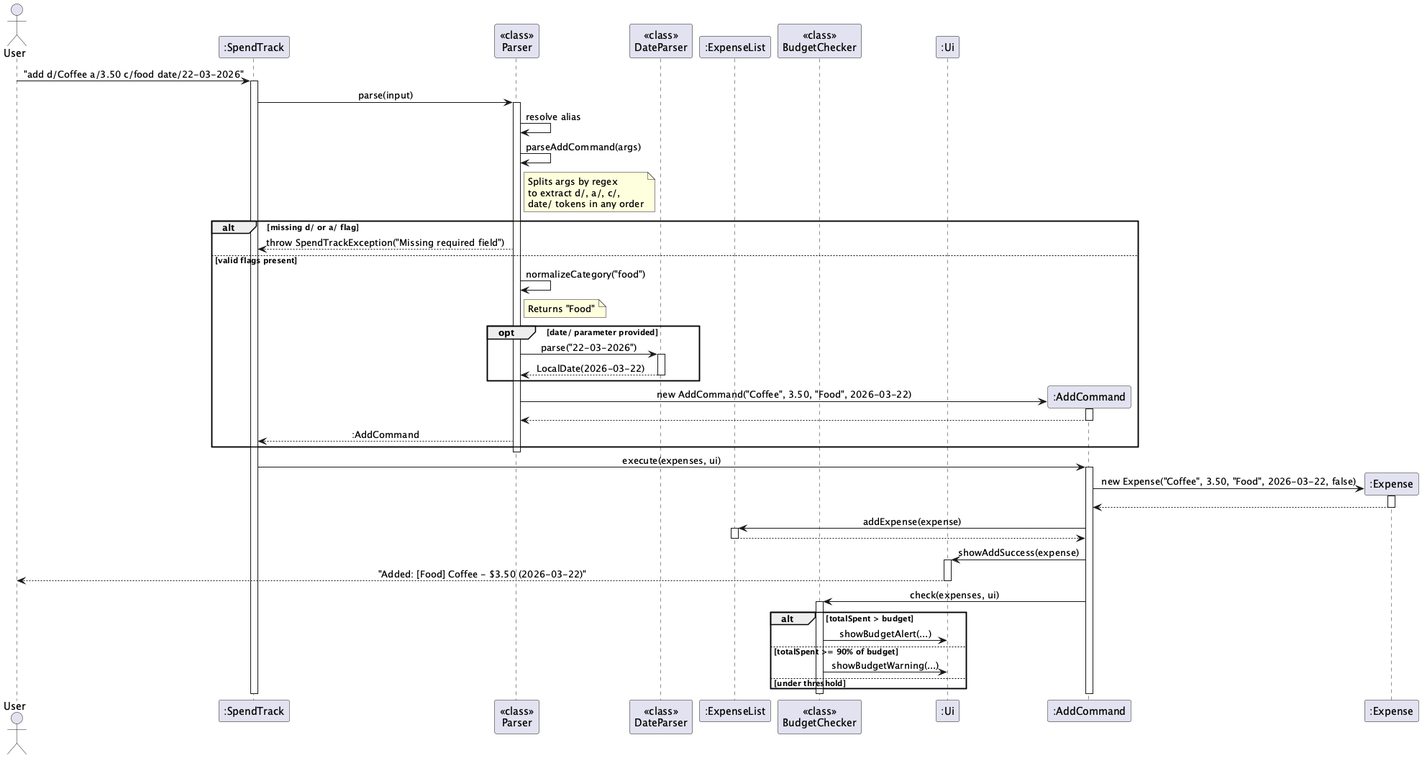
This is docs/images/AddCommandSequence.png from AbhijitBalajee/tp, a PlantUML export, as it was before one commit.
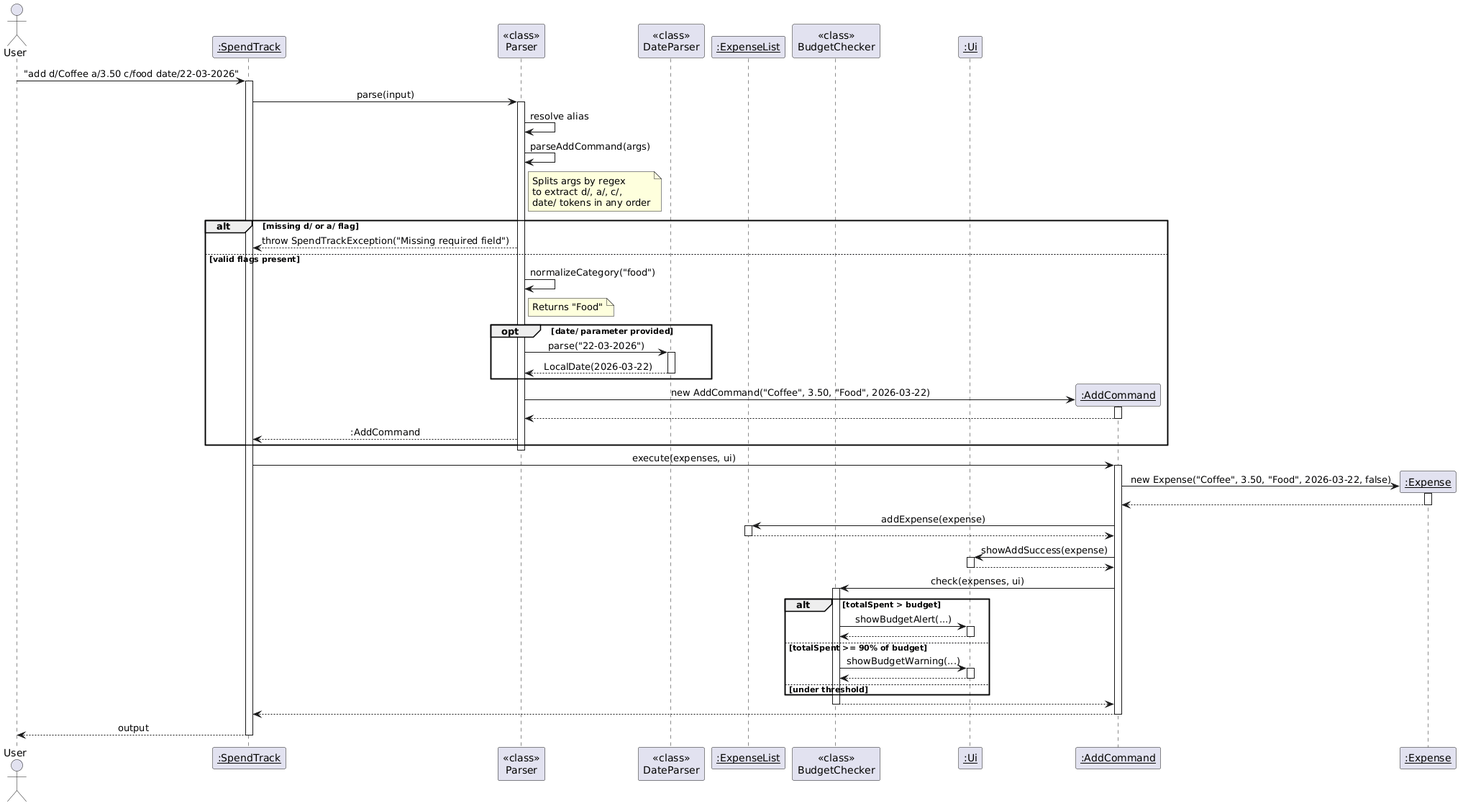
After the commit.

The edit, as a diff of the source:
```diff
@@ -4,12 +4,12 @@
 skinparam sequenceMessageAlign center
 
 actor User
-participant ":SpendTrack" as ST
+participant "<u>:SpendTrack</u>" as ST
 participant "<<class>>\nParser" as P
 participant "<<class>>\nDateParser" as DP
-participant ":ExpenseList" as EL
+participant "<u>:ExpenseList</u>" as EL
 participant "<<class>>\nBudgetChecker" as BC
-participant ":Ui" as UI
+participant "<u>:Ui</u>" as UI
 
 User -> ST : "add d/Coffee a/3.50 c/food date/22-03-2026"
 activate ST
@@ -37,7 +37,7 @@
         deactivate DP
     end
 
-    create ":AddCommand" as AC
+    create "<u>:AddCommand</u>" as AC
     P -> AC : new AddCommand("Coffee", 3.50, "Food", 2026-03-22)
     activate AC
     AC --> P
@@ -48,7 +48,7 @@
 
 ST -> AC : execute(expenses, ui)
 activate AC
-create ":Expense" as E
+create "<u>:Expense</u>" as E
 AC -> E ** : new Expense("Coffee", 3.50, "Food", 2026-03-22, false)
 activate E
 E --> AC
@@ -59,18 +59,27 @@
 deactivate EL
 AC -> UI : showAddSuccess(expense)
 activate UI
-UI --> User : "Added: [Food] Coffee - $3.50 (2026-03-22)"
+UI --> AC
 deactivate UI
 AC -> BC : check(expenses, ui)
 activate BC
 alt totalSpent > budget
     BC -> UI : showBudgetAlert(...)
+    activate UI
+    UI --> BC
+    deactivate UI
 else totalSpent >= 90% of budget
     BC -> UI : showBudgetWarning(...)
+    activate UI
+    UI --> BC
+    deactivate UI
 else under threshold
 end
+BC --> AC
 deactivate BC
+AC --> ST
 deactivate AC
 
+ST --> User : output
 deactivate ST
 @enduml
```
